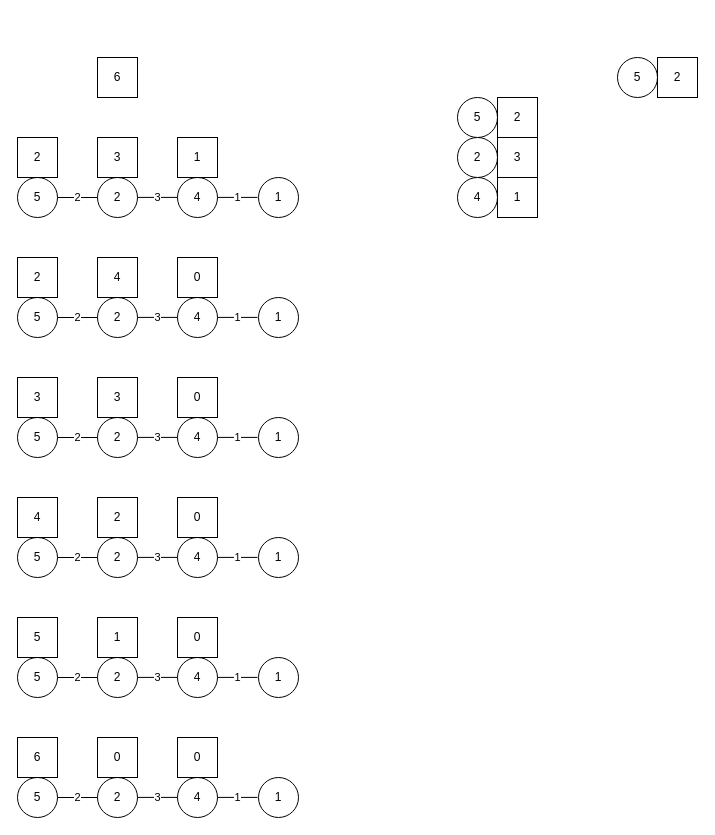
TaegyuHan/BackJoon_C keeps this draw.io diagram as 그리디 알고리즘/13305 주유소/13305.drawio. Above is the earlier version. Source tidied: cells renumbered, new cells numbered last; positions are measured from the earlier drawing's top-left corner, leaving out a move shared by most shapes. Both pictures are drawn from the tidied source at 100%, with x=0, y=0 at pixel (17, 57).
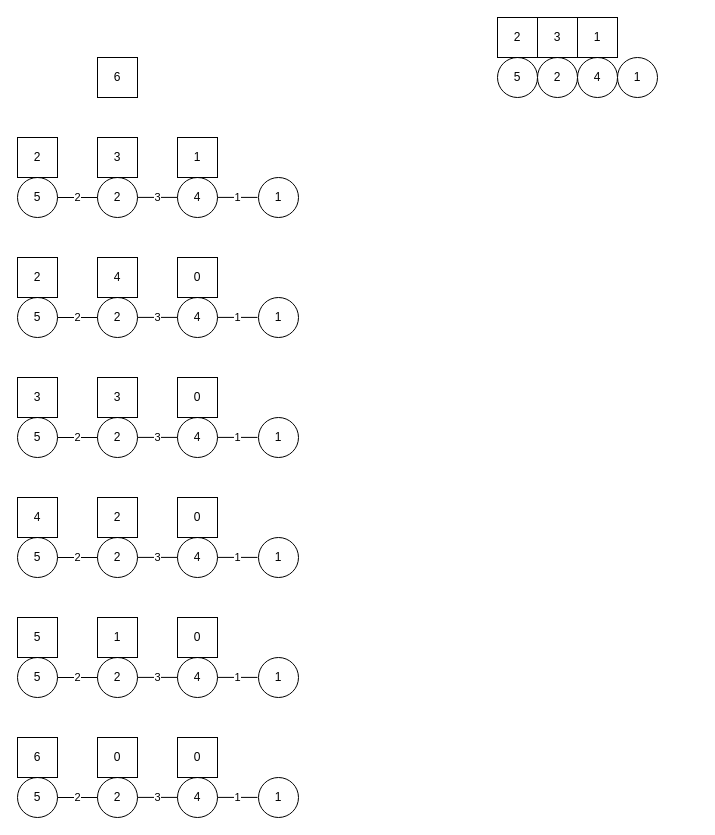
Above is the later version.

The edit, as a diff of the source:
```diff
@@
     <mxCell id="63" value="5" style="ellipse;whiteSpace=wrap;html=1;" parent="1" vertex="1">
-      <mxGeometry x="440" y="40" width="40" height="40" as="geometry" />
+      <mxGeometry x="480" width="40" height="40" as="geometry" />
     </mxCell>
     <mxCell id="64" value="2" style="rounded=0;whiteSpace=wrap;html=1;" parent="1" vertex="1">
-      <mxGeometry x="480" y="40" width="40" height="40" as="geometry" />
+      <mxGeometry x="480" y="-40" width="40" height="40" as="geometry" />
     </mxCell>
     <mxCell id="65" value="2" style="ellipse;whiteSpace=wrap;html=1;" parent="1" vertex="1">
-      <mxGeometry x="440" y="80" width="40" height="40" as="geometry" />
+      <mxGeometry x="520" width="40" height="40" as="geometry" />
     </mxCell>
     <mxCell id="66" value="3" style="rounded=0;whiteSpace=wrap;html=1;" parent="1" vertex="1">
-      <mxGeometry x="480" y="80" width="40" height="40" as="geometry" />
+      <mxGeometry x="520" y="-40" width="40" height="40" as="geometry" />
     </mxCell>
     <mxCell id="67" value="4" style="ellipse;whiteSpace=wrap;html=1;" parent="1" vertex="1">
-      <mxGeometry x="440" y="120" width="40" height="40" as="geometry" />
+      <mxGeometry x="560" width="40" height="40" as="geometry" />
     </mxCell>
     <mxCell id="68" value="1" style="rounded=0;whiteSpace=wrap;html=1;" parent="1" vertex="1">
-      <mxGeometry x="480" y="120" width="40" height="40" as="geometry" />
+      <mxGeometry x="560" y="-40" width="40" height="40" as="geometry" />
     </mxCell>
-    <mxCell id="69" value="5" style="ellipse;whiteSpace=wrap;html=1;" parent="1" vertex="1">
-      <mxGeometry x="600" width="40" height="40" as="geometry" />
-    </mxCell>
-    <mxCell id="70" value="2" style="rounded=0;whiteSpace=wrap;html=1;" parent="1" vertex="1">
-      <mxGeometry x="640" width="40" height="40" as="geometry" />
-    </mxCell>
+    <mxCell id="71" value="1" style="ellipse;whiteSpace=wrap;html=1;" parent="1" vertex="1">
+      <mxGeometry x="600" width="40" height="40" as="geometry" />
+    </mxCell>
```
